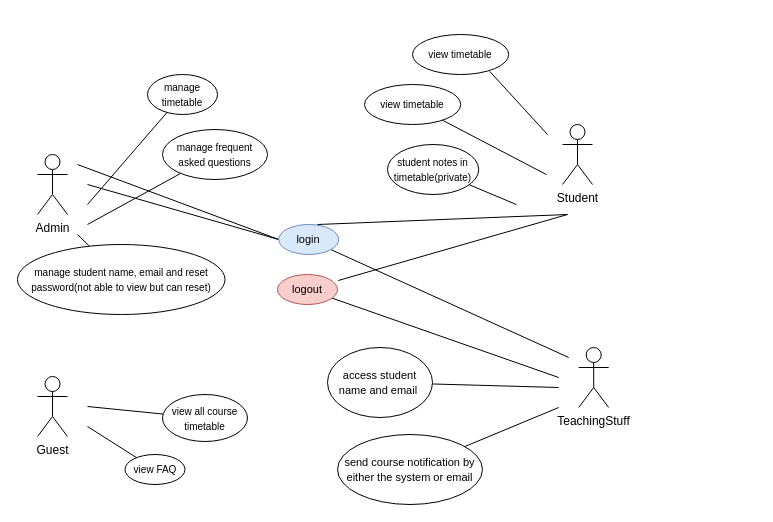
Earlier version of the draw.io diagram Untitled Diagram.drawio (JackSuuu/SEPP-coursework). Source tidied: cells renumbered, new cells numbered last; positions are measured from the earlier drawing's top-left corner, leaving out a move shared by most shapes. Both pictures are drawn from the tidied source at 100%, with x=0, y=0 at pixel (17, 34).
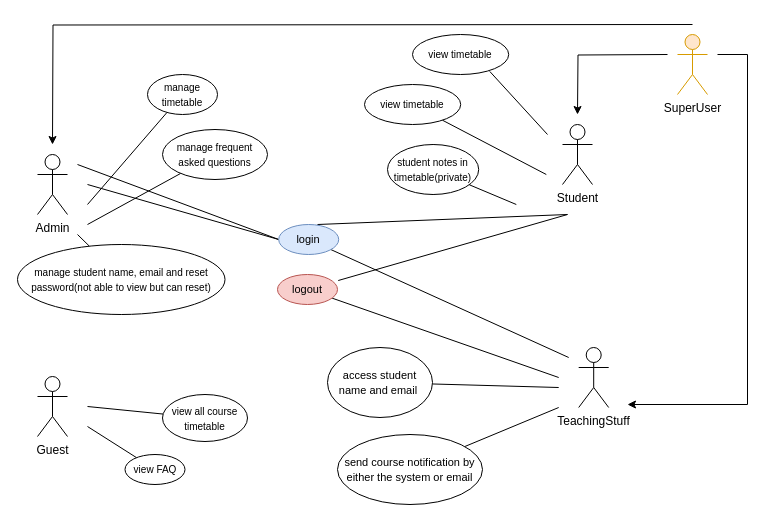
After the change.

Commit message:
Added super user profile

What changed in the source:
```diff
@@
+    <mxCell id="34" style="edgeStyle=orthogonalEdgeStyle;rounded=0;orthogonalLoop=1;jettySize=auto;html=1;" parent="1" edge="1">
+      <mxGeometry relative="1" as="geometry">
+        <mxPoint x="650" y="20" as="sourcePoint" />
+        <mxPoint x="560" y="80" as="targetPoint" />
+      </mxGeometry>
+    </mxCell>
+    <mxCell id="35" style="edgeStyle=orthogonalEdgeStyle;rounded=0;orthogonalLoop=1;jettySize=auto;html=1;" parent="1" edge="1">
+      <mxGeometry relative="1" as="geometry">
+        <mxPoint x="675" y="-10" as="sourcePoint" />
+        <mxPoint x="35" y="110" as="targetPoint" />
+      </mxGeometry>
+    </mxCell>
+    <mxCell id="36" style="edgeStyle=orthogonalEdgeStyle;rounded=0;orthogonalLoop=1;jettySize=auto;html=1;" parent="1" edge="1">
+      <mxGeometry relative="1" as="geometry">
+        <mxPoint x="700" y="20" as="sourcePoint" />
+        <mxPoint x="610" y="370" as="targetPoint" />
+        <Array as="points">
+          <mxPoint x="730" y="20" />
+          <mxPoint x="730" y="370" />
+        </Array>
+      </mxGeometry>
+    </mxCell>
+    <mxCell id="37" value="SuperUser" style="shape=umlActor;verticalLabelPosition=bottom;verticalAlign=top;html=1;fillColor=#ffe6cc;strokeColor=#d79b00;" parent="1" vertex="1">
+      <mxGeometry x="660" width="30" height="60" as="geometry" />
+    </mxCell>
```
